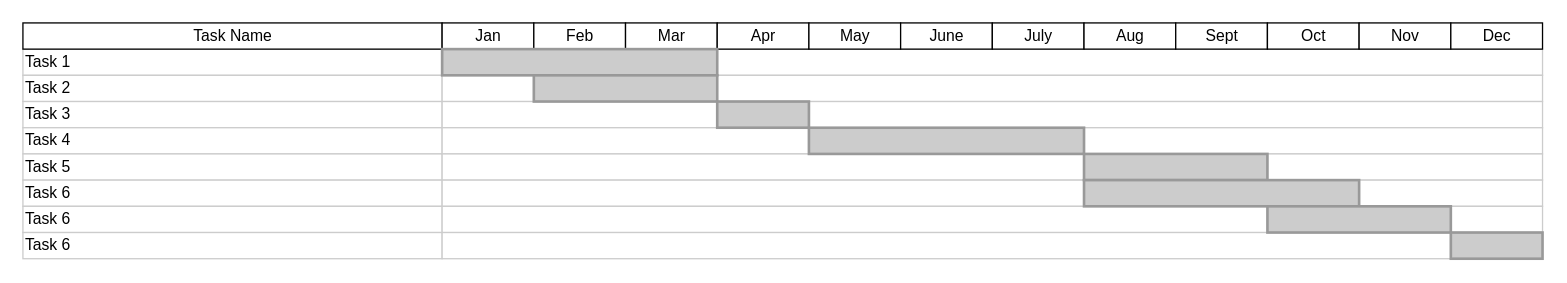
This is 江苏项目甘特图.drawio from captain188/draw.io, a draw.io file, before an edit. Source tidied: cells renumbered, new cells numbered last; positions are measured from the earlier drawing's top-left corner, leaving out a move shared by most shapes. Both pictures are drawn from the tidied source at 131%, with x=0, y=0 at pixel (22, 22).
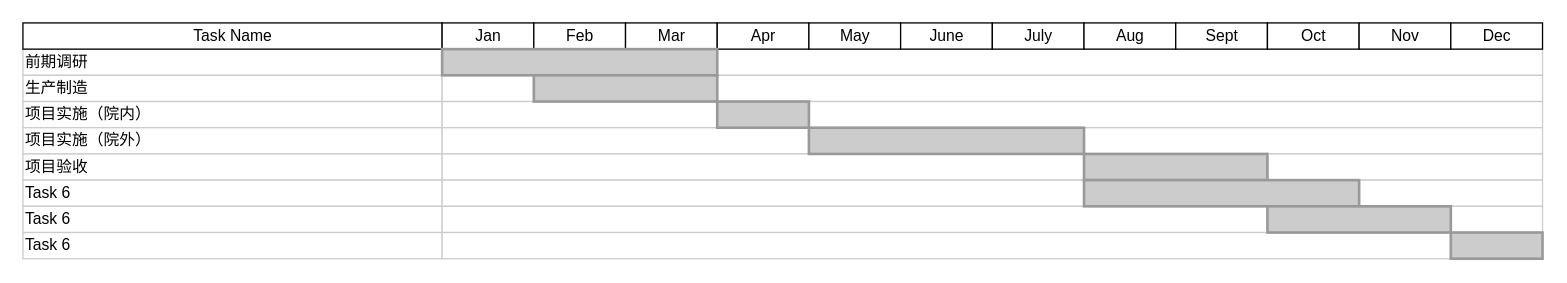
After the change.

Commit message:
更新江苏项目甘特图.drawio

What changed in the source:
```diff
@@
-    <mxCell id="2" value="Task 1" style="align=left;strokeColor=#CCCCCC;html=1;" parent="1" vertex="1">
+    <mxCell id="2" value="前期调研" style="align=left;strokeColor=#CCCCCC;html=1;" parent="1" vertex="1">
       <mxGeometry y="20" width="320" height="20" as="geometry" />
     </mxCell>
-    <mxCell id="3" value="Task 2" style="align=left;strokeColor=#CCCCCC;html=1;" parent="1" vertex="1">
+    <mxCell id="3" value="生产制造" style="align=left;strokeColor=#CCCCCC;html=1;" parent="1" vertex="1">
       <mxGeometry y="40" width="320" height="20" as="geometry" />
     </mxCell>
-    <mxCell id="4" value="Task 3" style="align=left;strokeColor=#CCCCCC;html=1;" parent="1" vertex="1">
+    <mxCell id="4" value="项目实施（院内）" style="align=left;strokeColor=#CCCCCC;html=1;" parent="1" vertex="1">
       <mxGeometry y="60" width="320" height="20" as="geometry" />
     </mxCell>
-    <mxCell id="5" value="Task 4" style="align=left;strokeColor=#CCCCCC;html=1;" parent="1" vertex="1">
+    <mxCell id="5" value="项目实施（院外）" style="align=left;strokeColor=#CCCCCC;html=1;" parent="1" vertex="1">
       <mxGeometry y="80" width="320" height="20" as="geometry" />
     </mxCell>
-    <mxCell id="6" value="Task 5" style="align=left;strokeColor=#CCCCCC;html=1;" parent="1" vertex="1">
+    <mxCell id="6" value="项目验收" style="align=left;strokeColor=#CCCCCC;html=1;" parent="1" vertex="1">
       <mxGeometry y="100" width="320" height="20" as="geometry" />
     </mxCell>
```
